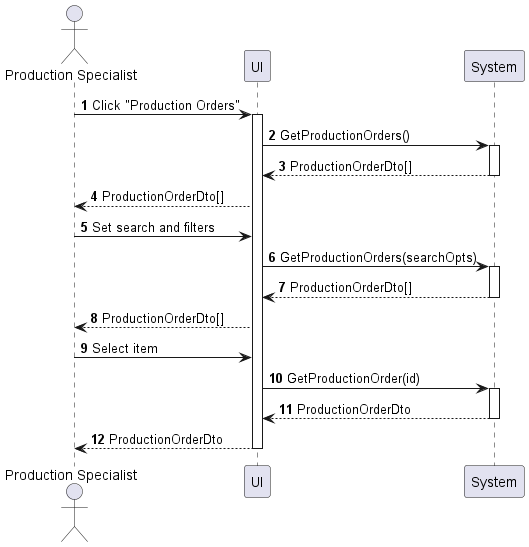
Above: sequences/production-order-view.png in phihungha/scmss-reqs (PlantUML), before the change.
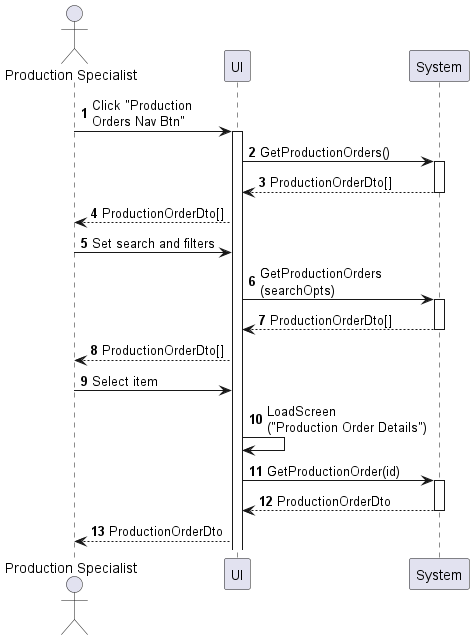
After the change.

What changed in the source:
```diff
@@ -5,20 +5,21 @@
 participant UI as f
 participant System as b
 
-a -> f : Click "Production Orders"
+a -> f : Click "Production\nOrders Nav Btn"
 activate f
 f -> b : GetProductionOrders()
 activate b
 return ProductionOrderDto[]
 f --> a : ProductionOrderDto[]
 a -> f : Set search and filters
-f -> b : GetProductionOrders(searchOpts)
+f -> b : GetProductionOrders\n(searchOpts)
 activate b
 return ProductionOrderDto[]
 f --> a : ProductionOrderDto[]
 a -> f : Select item
+f -> f : LoadScreen\n("Production Order Details")
 f -> b : GetProductionOrder(id)
 activate b
 return ProductionOrderDto
-return ProductionOrderDto
+f --> a : ProductionOrderDto
 @enduml
```
